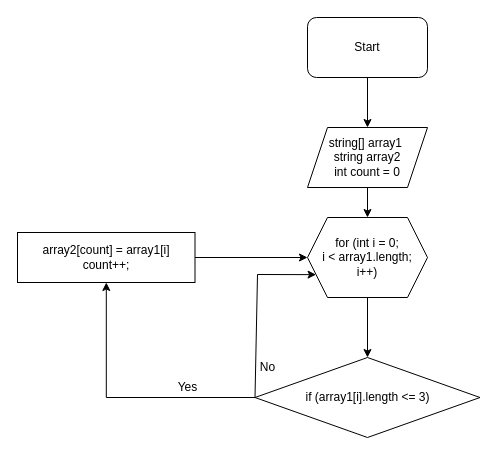
The draw.io diagram FirstTask.drawio in Transcendent3/FirstTask, before the edit. Source tidied: cells renumbered, new cells numbered last; positions are measured from the earlier drawing's top-left corner, leaving out a move shared by most shapes. Both pictures are drawn from the tidied source at 100%, with x=0, y=0 at pixel (17, 17).
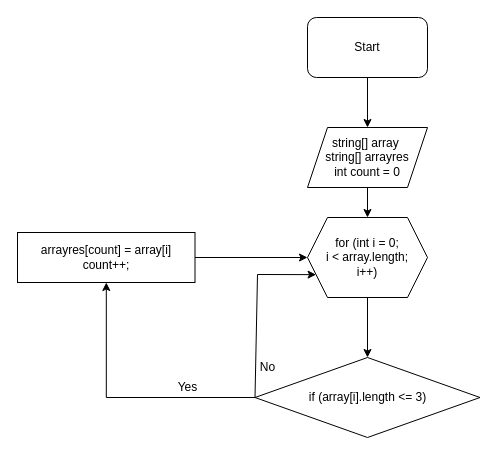
The same diagram, later.

Change to the diagram source:
```diff
@@
 <mxGraphModel>
   <root>
     <mxCell id="0" />
     <mxCell id="1" parent="0" />
     <mxCell id="2" style="edgeStyle=orthogonalEdgeStyle;rounded=0;jettySize=auto;html=1;" parent="1" edge="1" source="3" target="5">
       <mxGeometry relative="1" as="geometry" />
     </mxCell>
     <mxCell id="3" value="Start" style="rounded=1;whiteSpace=wrap;html=1;" parent="1" vertex="1">
       <mxGeometry x="290" width="120" height="60" as="geometry" />
     </mxCell>
     <mxCell id="4" style="edgeStyle=orthogonalEdgeStyle;rounded=0;jettySize=auto;html=1;" parent="1" edge="1" source="5" target="7">
       <mxGeometry relative="1" as="geometry" />
     </mxCell>
-    <mxCell id="5" value="string[] array1&amp;nbsp;&lt;br&gt;string array2&lt;br&gt;int count = 0" style="shape=parallelogram;perimeter=parallelogramPerimeter;whiteSpace=wrap;html=1;fixedSize=1;" parent="1" vertex="1">
+    <mxCell id="5" value="string[] array&amp;nbsp;&lt;br&gt;string[] arrayres&lt;br&gt;int count = 0" style="shape=parallelogram;perimeter=parallelogramPerimeter;whiteSpace=wrap;html=1;fixedSize=1;" parent="1" vertex="1">
       <mxGeometry x="290" y="110" width="120" height="60" as="geometry" />
     </mxCell>
     <mxCell id="6" style="edgeStyle=orthogonalEdgeStyle;rounded=0;jettySize=auto;html=1;" parent="1" edge="1" source="7" target="9">
       <mxGeometry relative="1" as="geometry" />
     </mxCell>
-    <mxCell id="7" value="for (int i = 0;&lt;br&gt;i &amp;lt; array1.length;&lt;br&gt;i++)" style="shape=hexagon;perimeter=hexagonPerimeter2;whiteSpace=wrap;html=1;fixedSize=1;" parent="1" vertex="1">
+    <mxCell id="7" value="for (int i = 0;&lt;br&gt;i &amp;lt; array.length;&lt;br&gt;i++)" style="shape=hexagon;perimeter=hexagonPerimeter2;whiteSpace=wrap;html=1;fixedSize=1;" parent="1" vertex="1">
       <mxGeometry x="290" y="200" width="120" height="80" as="geometry" />
     </mxCell>
     <mxCell id="8" style="edgeStyle=orthogonalEdgeStyle;rounded=0;jettySize=auto;html=1;" parent="1" edge="1" source="9" target="11">
       <mxGeometry relative="1" as="geometry" />
     </mxCell>
-    <mxCell id="9" value="if (array1[i].length &amp;lt;= 3)" style="rhombus;whiteSpace=wrap;html=1;" parent="1" vertex="1">
+    <mxCell id="9" value="if (array[i].length &amp;lt;= 3)" style="rhombus;whiteSpace=wrap;html=1;" parent="1" vertex="1">
       <mxGeometry x="237.5" y="340" width="225" height="80" as="geometry" />
     </mxCell>
     <mxCell id="10" style="edgeStyle=orthogonalEdgeStyle;rounded=0;jettySize=auto;html=1;" parent="1" edge="1" source="11" target="7">
       <mxGeometry relative="1" as="geometry" />
     </mxCell>
-    <mxCell id="11" value="array2[count] = array1[i]&lt;br&gt;count++;" style="whiteSpace=wrap;html=1;" parent="1" vertex="1">
+    <mxCell id="11" value="arrayres[count] = array[i]&lt;br&gt;count++;" style="whiteSpace=wrap;html=1;" parent="1" vertex="1">
       <mxGeometry y="215" width="177.5" height="50" as="geometry" />
     </mxCell>
     <mxCell id="12" style="endArrow=classic;html=1;rounded=0;exitX=0;exitY=0.5;exitDx=0;exitDy=0;entryX=0;entryY=0.75;entryDx=0;entryDy=0;" parent="1" edge="1" source="9" target="7">
       <mxGeometry relative="1" as="geometry">
         <Array as="points">
           <mxPoint x="240" y="257" />
         </Array>
       </mxGeometry>
     </mxCell>
     <mxCell id="13" value="Yes" style="text;html=1;align=center;verticalAlign=middle;strokeColor=none;fillColor=none;" parent="1" vertex="1">
       <mxGeometry x="150" y="360" width="40" height="20" as="geometry" />
     </mxCell>
     <mxCell id="14" value="No" style="text;html=1;align=center;verticalAlign=middle;strokeColor=none;fillColor=none;" parent="1" vertex="1">
       <mxGeometry x="235" y="340" width="30" height="20" as="geometry" />
     </mxCell>
   </root>
 </mxGraphModel>
```
